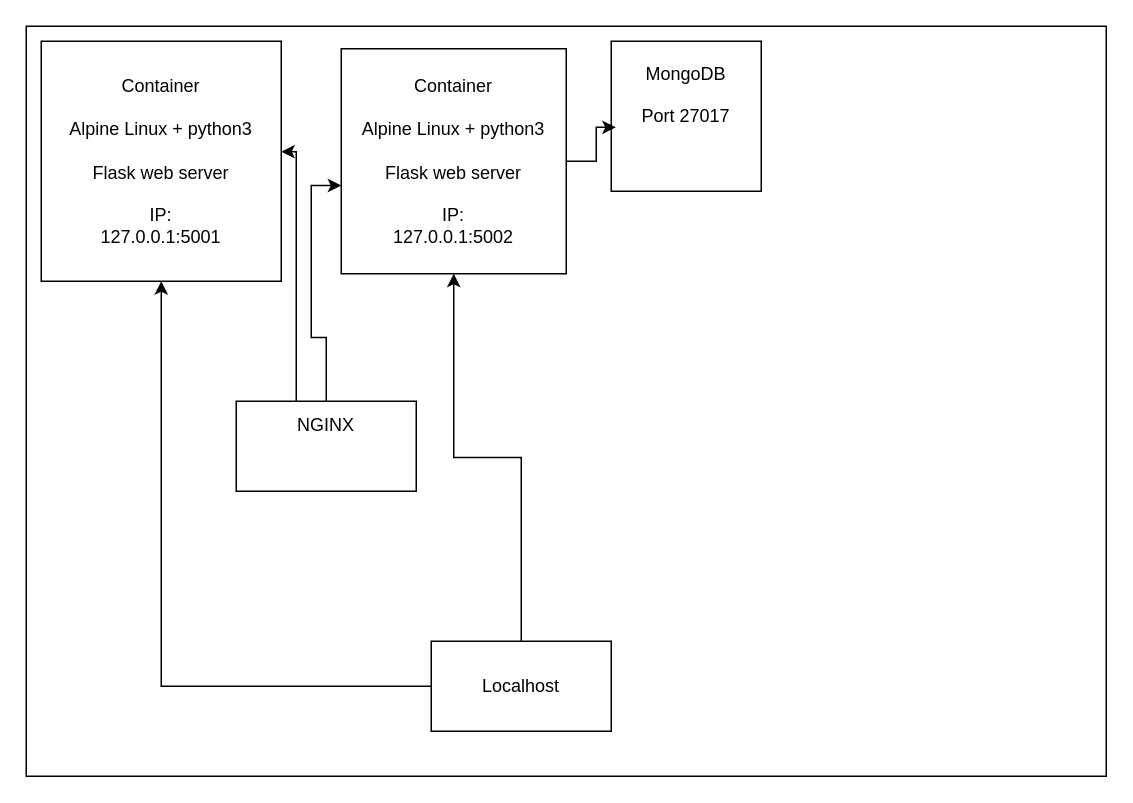
Earlier version of the draw.io diagram System.drawio (ComplexNetTSP/kubernetes-Milkoeee). Source tidied: cells renumbered, new cells numbered last; positions are measured from the earlier drawing's top-left corner, leaving out a move shared by most shapes. Both pictures are drawn from the tidied source at 150%, with x=0, y=0 at pixel (26, 26).
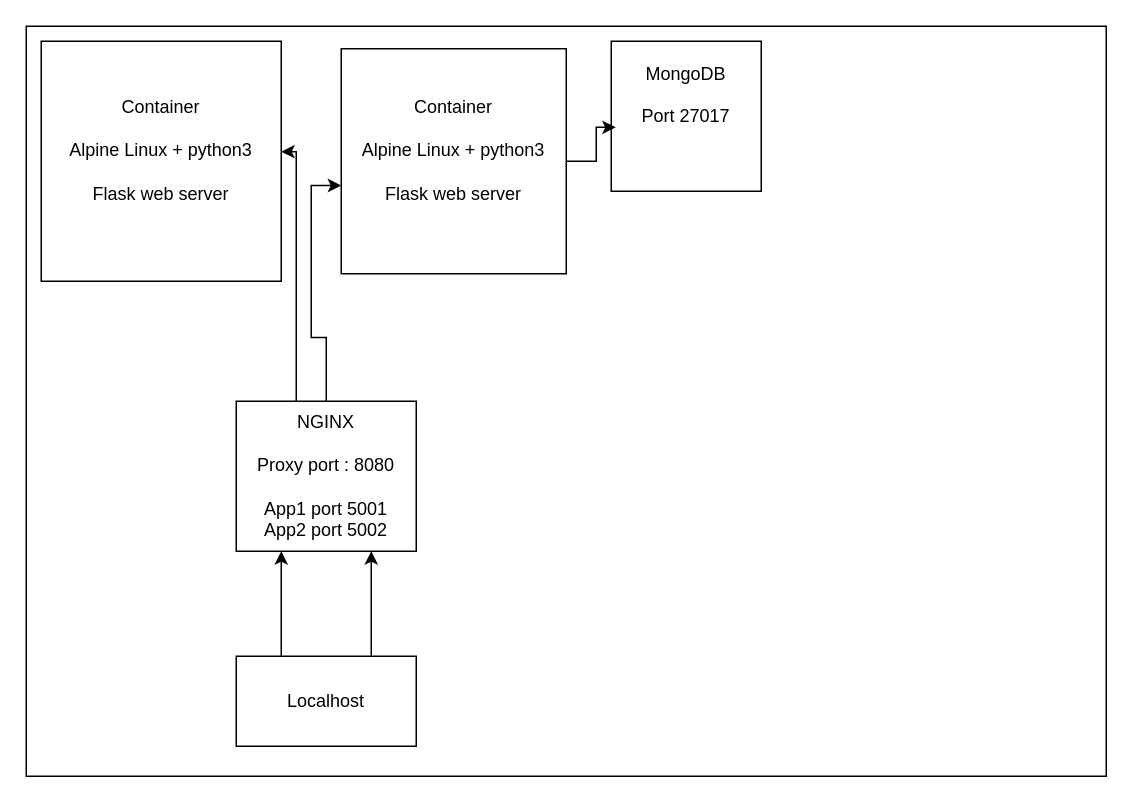
The same diagram, later.

What changed in the source:
```diff
@@
 <mxGraphModel>
   <root>
     <mxCell id="0" />
     <mxCell id="1" parent="0" />
     <mxCell id="2" style="rounded=0;whiteSpace=wrap;html=1;" parent="1" vertex="1">
       <mxGeometry width="720" height="500" as="geometry" />
     </mxCell>
-    <mxCell id="3" value="&lt;div&gt;Container&lt;/div&gt;&lt;div&gt;&lt;br&gt;&lt;/div&gt;&lt;div&gt;Alpine Linux + python3&lt;/div&gt;&lt;div&gt;&lt;br&gt;&lt;/div&gt;&lt;div&gt;Flask web server&lt;/div&gt;&lt;div&gt;&lt;br&gt;&lt;/div&gt;&lt;div&gt;IP: &lt;br&gt;&lt;/div&gt;127.0.0.1:5002" style="whiteSpace=wrap;html=1;" parent="1" vertex="1">
+    <mxCell id="3" value="&lt;div&gt;Container&lt;/div&gt;&lt;div&gt;&lt;br&gt;&lt;/div&gt;&lt;div&gt;Alpine Linux + python3&lt;/div&gt;&lt;div&gt;&lt;br&gt;&lt;/div&gt;&lt;div&gt;Flask web server&lt;/div&gt;&lt;div&gt;&lt;br&gt;&lt;/div&gt;" style="whiteSpace=wrap;html=1;" parent="1" vertex="1">
       <mxGeometry x="210" y="15" width="150" height="150" as="geometry" />
     </mxCell>
     <mxCell id="4" value="MongoDB&lt;div&gt;&lt;br&gt;&lt;/div&gt;&lt;div&gt;Port 27017&lt;/div&gt;&lt;div&gt;&lt;br&gt;&lt;/div&gt;&lt;div&gt;&amp;nbsp;&lt;br&gt;&lt;/div&gt;" style="whiteSpace=wrap;html=1;" parent="1" vertex="1">
       <mxGeometry x="390" y="10" width="100" height="100" as="geometry" />
     </mxCell>
-    <mxCell id="5" style="edgeStyle=orthogonalEdgeStyle;rounded=0;jettySize=auto;html=1;" parent="1" edge="1" source="7" target="3">
-      <mxGeometry relative="1" as="geometry" />
-    </mxCell>
-    <mxCell id="6" style="edgeStyle=orthogonalEdgeStyle;rounded=0;jettySize=auto;html=1;" parent="1" edge="1" source="7" target="8">
-      <mxGeometry relative="1" as="geometry" />
-    </mxCell>
+    <mxCell id="13" style="edgeStyle=orthogonalEdgeStyle;rounded=0;jettySize=auto;html=1;" parent="1" edge="1" source="7" target="10">
+      <mxGeometry relative="1" as="geometry">
+        <Array as="points">
+          <mxPoint x="230" y="370" />
+          <mxPoint x="230" y="370" />
+        </Array>
+      </mxGeometry>
+    </mxCell>
+    <mxCell id="14" style="edgeStyle=orthogonalEdgeStyle;rounded=0;jettySize=auto;html=1;" parent="1" edge="1" source="7" target="10">
+      <mxGeometry relative="1" as="geometry">
+        <Array as="points">
+          <mxPoint x="170" y="370" />
+          <mxPoint x="170" y="370" />
+        </Array>
+      </mxGeometry>
+    </mxCell>
     <mxCell id="7" value="Localhost " style="rounded=0;whiteSpace=wrap;html=1;" parent="1" vertex="1">
-      <mxGeometry x="270" y="410" width="120" height="60" as="geometry" />
+      <mxGeometry x="140" y="420" width="120" height="60" as="geometry" />
     </mxCell>
-    <mxCell id="8" value="&lt;div&gt;Container&lt;/div&gt;&lt;div&gt;&lt;br&gt;&lt;/div&gt;&lt;div&gt;Alpine Linux + python3&lt;/div&gt;&lt;div&gt;&lt;br&gt;&lt;/div&gt;&lt;div&gt;Flask web server&lt;/div&gt;&lt;div&gt;&lt;br&gt;&lt;/div&gt;&lt;div&gt;IP: &lt;br&gt;&lt;/div&gt;127.0.0.1:5001" style="whiteSpace=wrap;html=1;" parent="1" vertex="1">
+    <mxCell id="8" value="&lt;div&gt;Container&lt;/div&gt;&lt;div&gt;&lt;br&gt;&lt;/div&gt;&lt;div&gt;Alpine Linux + python3&lt;/div&gt;&lt;div&gt;&lt;br&gt;&lt;/div&gt;&lt;div&gt;Flask web server&lt;/div&gt;&lt;div&gt;&lt;br&gt;&lt;/div&gt;" style="whiteSpace=wrap;html=1;" parent="1" vertex="1">
       <mxGeometry x="10" y="10" width="160" height="160" as="geometry" />
     </mxCell>
     <mxCell id="9" style="edgeStyle=orthogonalEdgeStyle;rounded=0;jettySize=auto;html=1;entryX=0.03;entryY=0.574;entryDx=0;entryDy=0;entryPerimeter=0;" parent="1" edge="1" source="3" target="4">
       <mxGeometry relative="1" as="geometry" />
     </mxCell>
-    <mxCell id="10" value="&lt;div&gt;NGINX&lt;/div&gt;&lt;div&gt;&lt;br&gt;&lt;/div&gt;&lt;div&gt;&lt;br&gt;&lt;/div&gt;" style="rounded=0;whiteSpace=wrap;html=1;" parent="1" vertex="1">
-      <mxGeometry x="140" y="250" width="120" height="60" as="geometry" />
+    <mxCell id="10" value="&lt;div&gt;NGINX&lt;/div&gt;&lt;div&gt;&lt;br&gt;&lt;/div&gt;&lt;div&gt;Proxy port : 8080&lt;br&gt;&lt;/div&gt;&lt;div&gt;&lt;br&gt;&lt;/div&gt;&lt;div&gt;App1 port 5001&lt;/div&gt;&lt;div&gt;App2 port 5002&lt;br&gt;&lt;/div&gt;" style="rounded=0;whiteSpace=wrap;html=1;" parent="1" vertex="1">
+      <mxGeometry x="140" y="250" width="120" height="100" as="geometry" />
     </mxCell>
     <mxCell id="11" style="edgeStyle=orthogonalEdgeStyle;rounded=0;jettySize=auto;html=1;entryX=1;entryY=0.46;entryDx=0;entryDy=0;entryPerimeter=0;" parent="1" edge="1" source="10" target="8">
       <mxGeometry relative="1" as="geometry">
         <Array as="points">
           <mxPoint x="180" y="240" />
           <mxPoint x="180" y="240" />
         </Array>
       </mxGeometry>
     </mxCell>
     <mxCell id="12" style="edgeStyle=orthogonalEdgeStyle;rounded=0;jettySize=auto;html=1;entryX=0;entryY=0.608;entryDx=0;entryDy=0;entryPerimeter=0;" parent="1" edge="1" source="10" target="3">
       <mxGeometry relative="1" as="geometry" />
     </mxCell>
   </root>
 </mxGraphModel>
```
